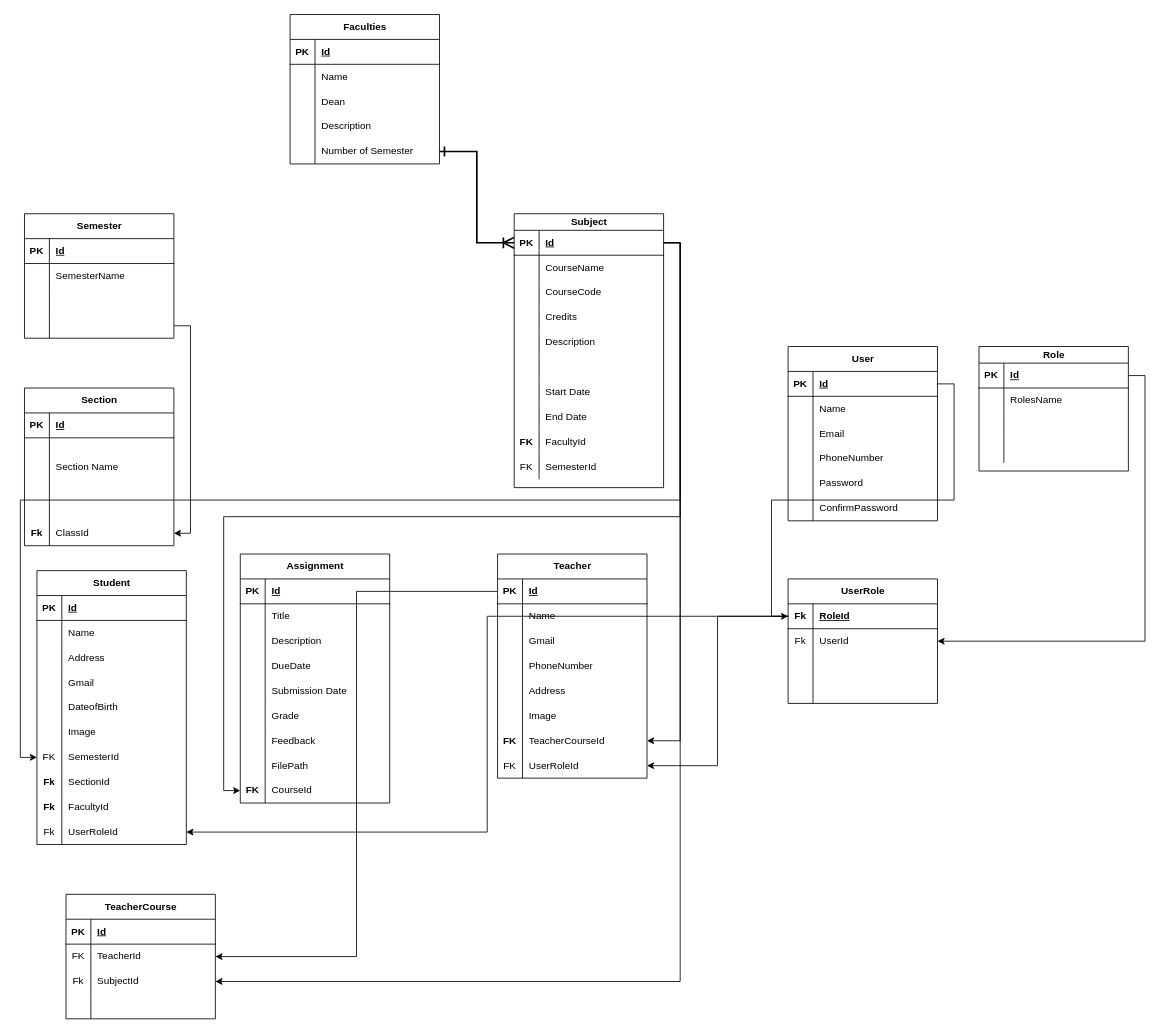
The draw.io diagram Untitled Diagram.drawio in Prakriti4/DotNetMVC, before the edit. Source tidied: cells renumbered, new cells numbered last; positions are measured from the earlier drawing's top-left corner, leaving out a move shared by most shapes. Both pictures are drawn from the tidied source at 83%, with x=0, y=0 at pixel (24, 14).
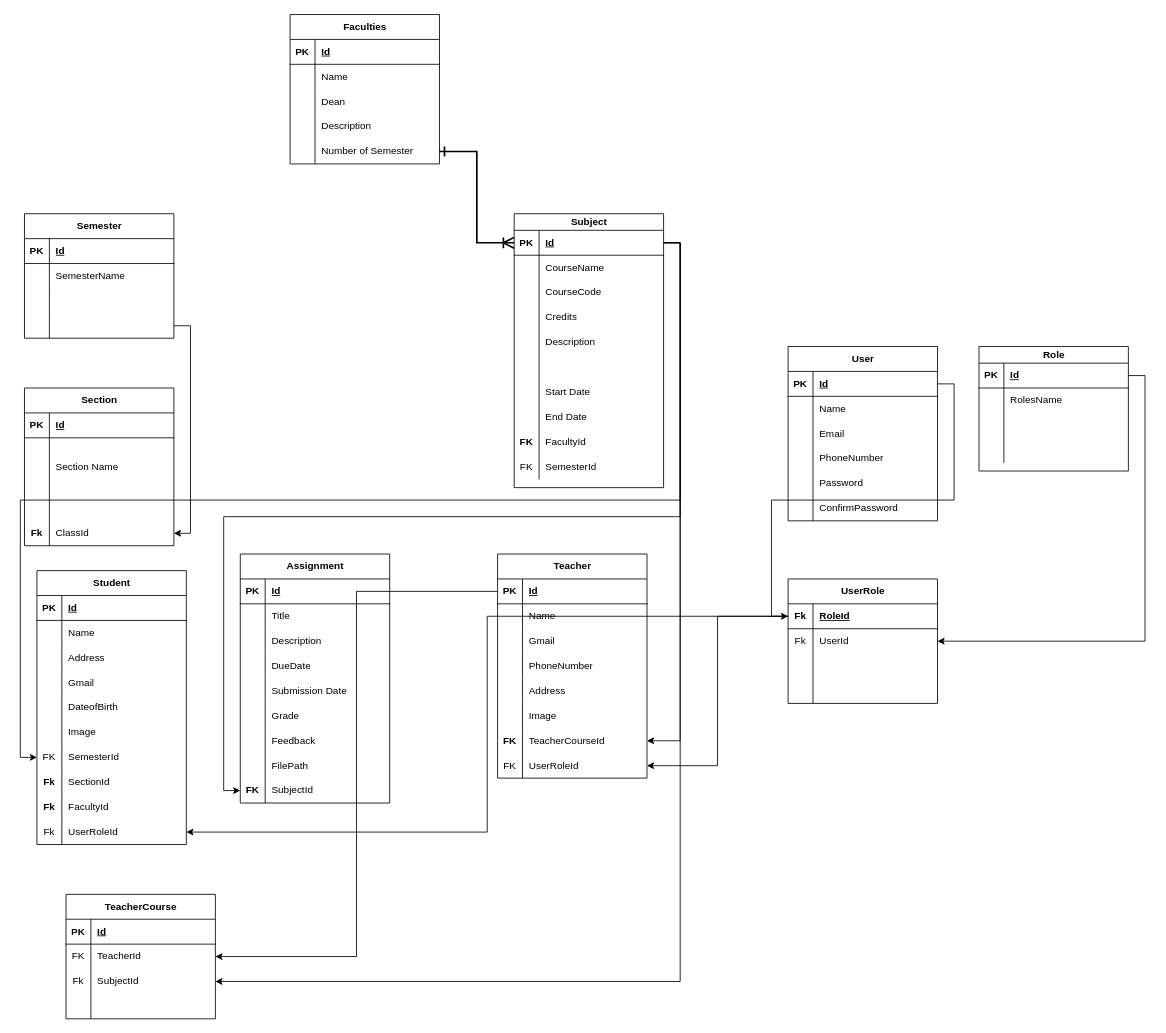
The same page after the edit.

The change refers to these unchanged cells:
```xml
<mxCell id="27" style="shape=tableRow;horizontal=0;startSize=0;swimlaneHead=0;swimlaneBody=0;fillColor=none;points=[[0,0.5],[1,0.5]];portConstraint=eastwest;top=0;left=0;right=0;bottom=0;" parent="2" vertex="1">
  <mxGeometry y="270" width="180" height="30" as="geometry" />
</mxCell>
```

The edit, as a diff of the source:
```diff
@@
-    <mxCell id="29" value="CourseId" style="shape=partialRectangle;fillColor=none;top=0;left=0;bottom=0;right=0;align=left;spacingLeft=6;overflow=hidden;whiteSpace=wrap;html=1;" parent="27" vertex="1">
+    <mxCell id="29" value="SubjectId" style="shape=partialRectangle;fillColor=none;top=0;left=0;bottom=0;right=0;align=left;spacingLeft=6;overflow=hidden;whiteSpace=wrap;html=1;" parent="27" vertex="1">
       <mxGeometry x="30" width="150" height="30" as="geometry" />
     </mxCell>
```
